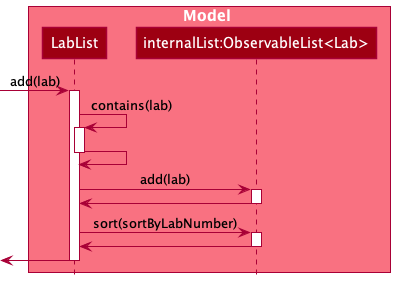
nus-cs2103-AY2122S2/tp keeps this PlantUML diagram as docs/images/LabListAddSequenceDiagram.png. Above is the earlier version. Its diagram source:
```plantuml
@startuml
!include style.puml

box Model MODEL_COLOR_T1
participant "LabList" as LabList MODEL_COLOR
participant "internalList:ObservableList<Lab>" as ObservableList MODEL_COLOR
end box

[-> LabList : add(lab)
activate LabList

LabList -> LabList : contains(lab)
activate LabList

LabList -> LabList
deactivate LabList

LabList -> ObservableList : add(lab)
activate ObservableList

ObservableList -> LabList
deactivate ObservableList

LabList -> ObservableList : sort(sortByLabNumber)
activate ObservableList

ObservableList -> LabList
deactivate ObservableList

[<- LabList
deactivate LabList

@enduml
```
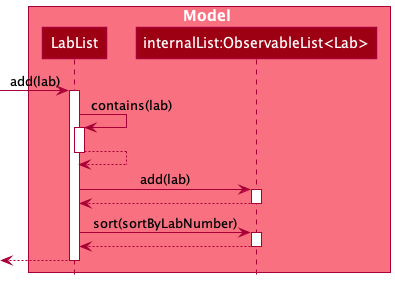
The same diagram one commit later.

What changed in the source:
```diff
@@ -12,22 +12,22 @@
 LabList -> LabList : contains(lab)
 activate LabList
 
-LabList -> LabList
+LabList --> LabList
 deactivate LabList
 
 LabList -> ObservableList : add(lab)
 activate ObservableList
 
-ObservableList -> LabList
+ObservableList --> LabList
 deactivate ObservableList
 
 LabList -> ObservableList : sort(sortByLabNumber)
 activate ObservableList
 
-ObservableList -> LabList
+ObservableList --> LabList
 deactivate ObservableList
 
-[<- LabList
+[<-- LabList
 deactivate LabList
 
 @enduml
```
